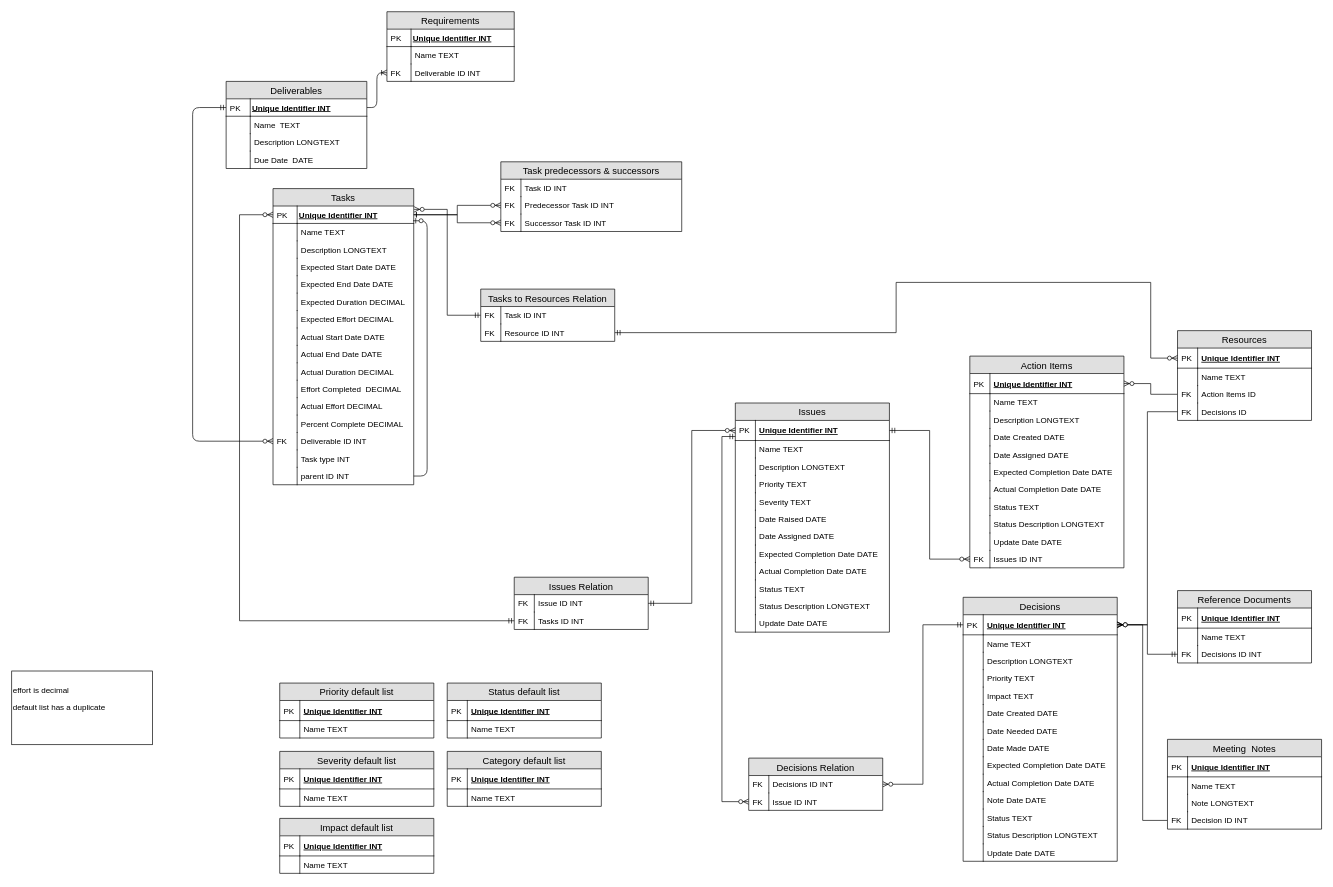
alicebalayan/comp380---project3 keeps this draw.io diagram as ERD.drawio. Above is the earlier version. Source tidied: cells renumbered, new cells numbered last; positions are measured from the earlier drawing's top-left corner, leaving out a move shared by most shapes. Both pictures are drawn from the tidied source at 67%, with x=0, y=0 at pixel (11, 11).
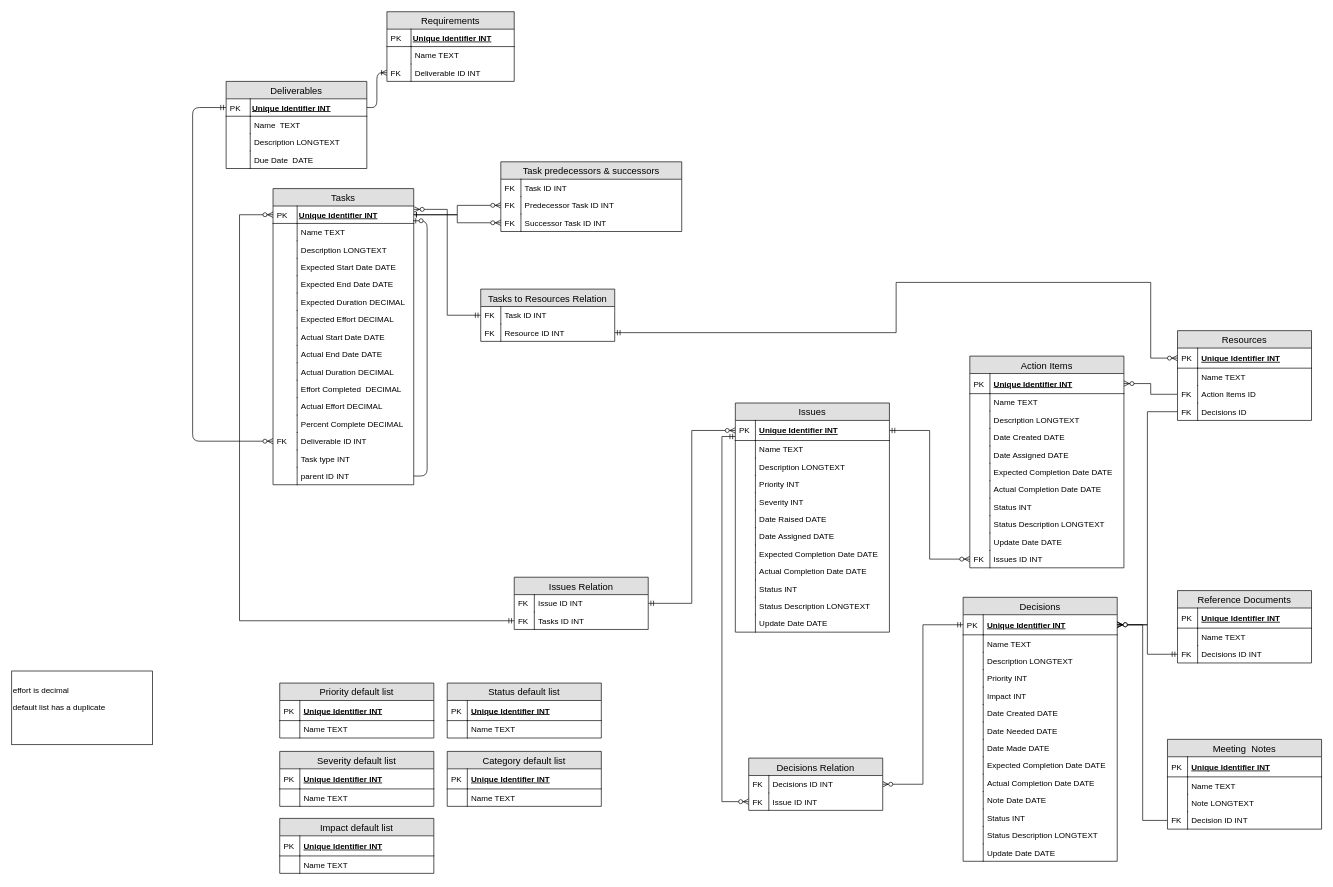
The same page after the edit.

Unchanged cells that the change refers to:
```xml
<mxCell id="2" value="Issues" style="swimlane;fontStyle=0;horizontal=1;startSize=26;fillColor=#e0e0e0;swimlaneFillColor=#ffffff;align=center;fontSize=14;" parent="1" vertex="1">
  <mxGeometry x="1080" y="584" width="230" height="342" as="geometry" />
</mxCell>
<mxCell id="28" value="Decisions" style="swimlane;fontStyle=0;horizontal=1;startSize=26;fillColor=#e0e0e0;swimlaneFillColor=#ffffff;align=center;fontSize=14;" parent="1" vertex="1">
  <mxGeometry x="1420" y="874" width="230" height="394" as="geometry" />
</mxCell>
<mxCell id="57" value="Action Items" style="swimlane;fontStyle=0;horizontal=1;startSize=26;fillColor=#e0e0e0;swimlaneFillColor=#ffffff;align=center;fontSize=14;" parent="1" vertex="1">
  <mxGeometry x="1430" y="514" width="230" height="316" as="geometry" />
</mxCell>
```

The edit, as a diff of the source:
```diff
@@
-    <mxCell id="9" value="Priority TEXT" style="shape=partialRectangle;top=0;left=0;right=0;bottom=0;align=left;verticalAlign=top;fillColor=none;spacingLeft=34;spacingRight=4;overflow=hidden;fontSize=12;" parent="2" vertex="1">
+    <mxCell id="9" value="Priority INT" style="shape=partialRectangle;top=0;left=0;right=0;bottom=0;align=left;verticalAlign=top;fillColor=none;spacingLeft=34;spacingRight=4;overflow=hidden;fontSize=12;" parent="2" vertex="1">
       <mxGeometry y="108" width="230" height="26" as="geometry" />
     </mxCell>
@@
-    <mxCell id="11" value="Severity TEXT" style="shape=partialRectangle;top=0;left=0;right=0;bottom=0;align=left;verticalAlign=top;fillColor=none;spacingLeft=34;spacingRight=4;overflow=hidden;fontSize=12;" parent="2" vertex="1">
+    <mxCell id="11" value="Severity INT" style="shape=partialRectangle;top=0;left=0;right=0;bottom=0;align=left;verticalAlign=top;fillColor=none;spacingLeft=34;spacingRight=4;overflow=hidden;fontSize=12;" parent="2" vertex="1">
       <mxGeometry y="134" width="230" height="26" as="geometry" />
     </mxCell>
@@
-    <mxCell id="21" value="Status TEXT" style="shape=partialRectangle;top=0;left=0;right=0;bottom=0;align=left;verticalAlign=top;fillColor=none;spacingLeft=34;spacingRight=4;overflow=hidden;fontSize=12;" parent="2" vertex="1">
+    <mxCell id="21" value="Status INT" style="shape=partialRectangle;top=0;left=0;right=0;bottom=0;align=left;verticalAlign=top;fillColor=none;spacingLeft=34;spacingRight=4;overflow=hidden;fontSize=12;" parent="2" vertex="1">
       <mxGeometry y="264" width="230" height="26" as="geometry" />
     </mxCell>
@@
-    <mxCell id="35" value="Priority TEXT" style="shape=partialRectangle;top=0;left=0;right=0;bottom=0;align=left;verticalAlign=top;fillColor=none;spacingLeft=34;spacingRight=4;overflow=hidden;fontSize=12;" parent="28" vertex="1">
+    <mxCell id="35" value="Priority INT" style="shape=partialRectangle;top=0;left=0;right=0;bottom=0;align=left;verticalAlign=top;fillColor=none;spacingLeft=34;spacingRight=4;overflow=hidden;fontSize=12;" parent="28" vertex="1">
       <mxGeometry y="108" width="230" height="26" as="geometry" />
     </mxCell>
@@
-    <mxCell id="37" value="Impact TEXT" style="shape=partialRectangle;top=0;left=0;right=0;bottom=0;align=left;verticalAlign=top;fillColor=none;spacingLeft=34;spacingRight=4;overflow=hidden;fontSize=12;" parent="28" vertex="1">
+    <mxCell id="37" value="Impact INT" style="shape=partialRectangle;top=0;left=0;right=0;bottom=0;align=left;verticalAlign=top;fillColor=none;spacingLeft=34;spacingRight=4;overflow=hidden;fontSize=12;" parent="28" vertex="1">
       <mxGeometry y="134" width="230" height="26" as="geometry" />
     </mxCell>
@@
-    <mxCell id="51" value="Status TEXT" style="shape=partialRectangle;top=0;left=0;right=0;bottom=0;align=left;verticalAlign=top;fillColor=none;spacingLeft=34;spacingRight=4;overflow=hidden;fontSize=12;" parent="28" vertex="1">
+    <mxCell id="51" value="Status INT" style="shape=partialRectangle;top=0;left=0;right=0;bottom=0;align=left;verticalAlign=top;fillColor=none;spacingLeft=34;spacingRight=4;overflow=hidden;fontSize=12;" parent="28" vertex="1">
       <mxGeometry y="316" width="230" height="26" as="geometry" />
     </mxCell>
@@
-    <mxCell id="72" value="Status TEXT" style="shape=partialRectangle;top=0;left=0;right=0;bottom=0;align=left;verticalAlign=top;fillColor=none;spacingLeft=34;spacingRight=4;overflow=hidden;fontSize=12;" parent="57" vertex="1">
+    <mxCell id="72" value="Status INT" style="shape=partialRectangle;top=0;left=0;right=0;bottom=0;align=left;verticalAlign=top;fillColor=none;spacingLeft=34;spacingRight=4;overflow=hidden;fontSize=12;" parent="57" vertex="1">
       <mxGeometry y="212" width="230" height="26" as="geometry" />
     </mxCell>
```
